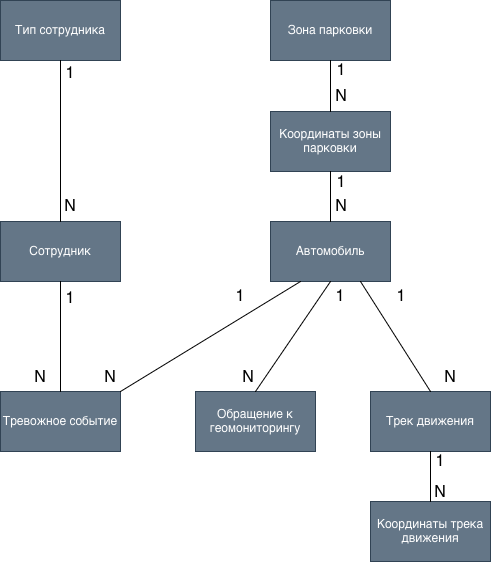
Above: sem4/db/coursework/myPhoto/schema.png in vizurth/poly (draw.io), before the change. Source tidied: cells renumbered, new cells last; positions are measured from the earlier drawing's top-left corner, leaving out a move shared by most shapes.
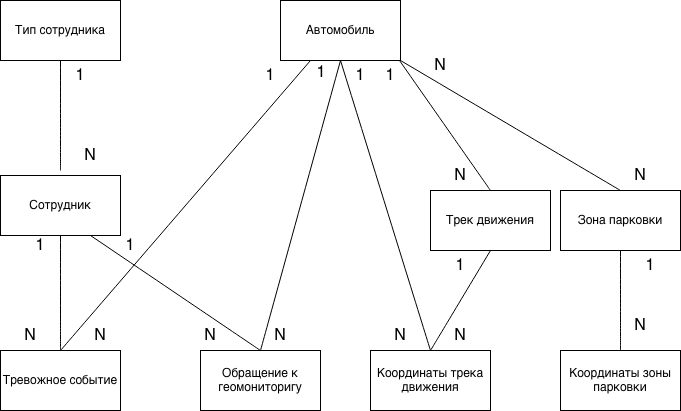
After the commit.

The edit, as a diff of the source:
```diff
@@ -2,104 +2,127 @@
   <root>
     <mxCell id="0" />
     <mxCell id="1" parent="0" />
-    <mxCell id="2" value="Тип сотрудника" style="rounded=0;whiteSpace=wrap;html=1;fillColor=#647687;fontColor=#ffffff;strokeColor=#314354;" parent="1" vertex="1">
-      <mxGeometry width="120" height="60" as="geometry" />
+    <mxCell id="2" value="Тип сотрудника" style="rounded=0;whiteSpace=wrap;html=1;" parent="1" vertex="1">
+      <mxGeometry x="-80" y="-99" width="120" height="60" as="geometry" />
     </mxCell>
+    <mxCell id="5" value="Сотрудник" style="rounded=0;whiteSpace=wrap;html=1;" parent="1" vertex="1">
+      <mxGeometry x="-80" y="76" width="120" height="60" as="geometry" />
+    </mxCell>
+    <mxCell id="7" value="Тревожное событие" style="rounded=0;whiteSpace=wrap;html=1;" parent="1" vertex="1">
+      <mxGeometry x="-80" y="251" width="120" height="60" as="geometry" />
+    </mxCell>
+    <mxCell id="6" value="Автомобиль" style="rounded=0;whiteSpace=wrap;html=1;" parent="1" vertex="1">
+      <mxGeometry x="200" y="-99" width="120" height="60" as="geometry" />
+    </mxCell>
+    <mxCell id="35" value="Обращение к геомониторигу" style="rounded=0;whiteSpace=wrap;html=1;" parent="1" vertex="1">
+      <mxGeometry x="120" y="251" width="120" height="60" as="geometry" />
+    </mxCell>
+    <mxCell id="14" value="Трек движения" style="rounded=0;whiteSpace=wrap;html=1;" parent="1" vertex="1">
+      <mxGeometry x="350" y="91" width="120" height="60" as="geometry" />
+    </mxCell>
-    <mxCell id="3" value="Зона парковки" style="rounded=0;whiteSpace=wrap;html=1;fillColor=#647687;fontColor=#ffffff;strokeColor=#314354;" parent="1" vertex="1">
-      <mxGeometry x="270" width="120" height="60" as="geometry" />
+    <mxCell id="3" value="Зона парковки" style="rounded=0;whiteSpace=wrap;html=1;" parent="1" vertex="1">
+      <mxGeometry x="480" y="91" width="120" height="60" as="geometry" />
     </mxCell>
-    <mxCell id="4" value="Координаты зоны парковки" style="rounded=0;whiteSpace=wrap;html=1;fillColor=#647687;fontColor=#ffffff;strokeColor=#314354;" parent="1" vertex="1">
-      <mxGeometry x="270" y="111" width="120" height="60" as="geometry" />
+    <mxCell id="4" value="Координаты зоны парковки" style="rounded=0;whiteSpace=wrap;html=1;" parent="1" vertex="1">
+      <mxGeometry x="480" y="251" width="120" height="60" as="geometry" />
     </mxCell>
-    <mxCell id="5" value="Сотрудник" style="rounded=0;whiteSpace=wrap;html=1;fillColor=#647687;fontColor=#ffffff;strokeColor=#314354;" parent="1" vertex="1">
-      <mxGeometry y="221" width="120" height="60" as="geometry" />
-    </mxCell>
-    <mxCell id="6" value="Автомобиль" style="rounded=0;whiteSpace=wrap;html=1;fillColor=#647687;fontColor=#ffffff;strokeColor=#314354;" parent="1" vertex="1">
-      <mxGeometry x="270" y="221" width="120" height="60" as="geometry" />
-    </mxCell>
-    <mxCell id="7" value="Тревожное событие" style="rounded=0;whiteSpace=wrap;html=1;fillColor=#647687;fontColor=#ffffff;strokeColor=#314354;" parent="1" vertex="1">
-      <mxGeometry y="391" width="120" height="60" as="geometry" />
-    </mxCell>
-    <mxCell id="8" style="endArrow=none;html=1;rounded=0;fontSize=12;startSize=8;endSize=8;curved=1;entryX=0.5;entryY=1;entryDx=0;entryDy=0;exitX=0.5;exitY=0;exitDx=0;exitDy=0;" parent="1" edge="1" source="5" target="2">
-      <mxGeometry relative="1" as="geometry" />
-    </mxCell>
+    <mxCell id="17" value="Координаты трека движения" style="rounded=0;whiteSpace=wrap;html=1;" parent="1" vertex="1">
+      <mxGeometry x="290" y="251" width="120" height="60" as="geometry" />
+    </mxCell>
+    <mxCell id="36" style="endArrow=none;html=1;rounded=0;fontSize=12;startSize=8;endSize=8;curved=1;" parent="1" edge="1">
+      <mxGeometry relative="1" as="geometry">
+        <mxPoint x="-20" y="71" as="sourcePoint" />
+        <mxPoint x="-20" y="-39" as="targetPoint" />
+      </mxGeometry>
+    </mxCell>
+    <mxCell id="11" style="endArrow=none;html=1;rounded=0;fontSize=12;startSize=8;endSize=8;curved=1;entryX=0.5;entryY=1;entryDx=0;entryDy=0;exitX=0.5;exitY=0;exitDx=0;exitDy=0;" parent="1" edge="1" source="7" target="5">
+      <mxGeometry relative="1" as="geometry" />
+    </mxCell>
+    <mxCell id="37" style="endArrow=none;html=1;rounded=0;fontSize=12;startSize=8;endSize=8;curved=1;entryX=0.5;entryY=1;entryDx=0;entryDy=0;exitX=0.5;exitY=0;exitDx=0;exitDy=0;" parent="1" edge="1" source="35" target="6">
+      <mxGeometry relative="1" as="geometry" />
+    </mxCell>
+    <mxCell id="38" style="endArrow=none;html=1;rounded=0;fontSize=12;startSize=8;endSize=8;curved=1;entryX=0.75;entryY=0;entryDx=0;entryDy=0;exitX=0.5;exitY=0;exitDx=0;exitDy=0;" parent="1" edge="1" source="14">
+      <mxGeometry relative="1" as="geometry">
+        <mxPoint x="319" y="-39" as="targetPoint" />
+      </mxGeometry>
+    </mxCell>
+    <mxCell id="39" style="endArrow=none;html=1;rounded=0;fontSize=12;startSize=8;endSize=8;curved=1;entryX=1;entryY=1;entryDx=0;entryDy=0;exitX=0.5;exitY=0;exitDx=0;exitDy=0;" parent="1" edge="1" source="3" target="6">
+      <mxGeometry relative="1" as="geometry" />
+    </mxCell>
+    <mxCell id="18" style="endArrow=none;html=1;rounded=0;fontSize=12;startSize=8;endSize=8;curved=1;entryX=0.5;entryY=1;entryDx=0;entryDy=0;exitX=0.5;exitY=0;exitDx=0;exitDy=0;" parent="1" edge="1" source="17" target="14">
+      <mxGeometry relative="1" as="geometry" />
+    </mxCell>
-    <mxCell id="9" style="endArrow=none;html=1;rounded=0;fontSize=12;startSize=8;endSize=8;curved=1;entryX=0.5;entryY=1;entryDx=0;entryDy=0;" parent="1" edge="1" source="4" target="3">
+    <mxCell id="9" style="endArrow=none;html=1;rounded=0;fontSize=12;startSize=8;endSize=8;curved=1;entryX=0.5;entryY=1;entryDx=0;entryDy=0;exitX=0.5;exitY=0;exitDx=0;exitDy=0;" parent="1" edge="1" source="4" target="3">
       <mxGeometry relative="1" as="geometry" />
     </mxCell>
-    <mxCell id="10" style="endArrow=none;html=1;rounded=0;fontSize=12;startSize=8;endSize=8;curved=1;entryX=0.5;entryY=1;entryDx=0;entryDy=0;" parent="1" edge="1" source="6" target="4">
-      <mxGeometry relative="1" as="geometry" />
-    </mxCell>
-    <mxCell id="11" style="endArrow=none;html=1;rounded=0;fontSize=12;startSize=8;endSize=8;curved=1;entryX=0.5;entryY=1;entryDx=0;entryDy=0;" parent="1" edge="1" source="7" target="5">
-      <mxGeometry relative="1" as="geometry" />
-    </mxCell>
-    <mxCell id="12" style="endArrow=none;html=1;rounded=0;fontSize=12;startSize=8;endSize=8;curved=1;entryX=0.25;entryY=1;entryDx=0;entryDy=0;exitX=1;exitY=0;exitDx=0;exitDy=0;" parent="1" edge="1" source="7" target="6">
+    <mxCell id="12" style="endArrow=none;html=1;rounded=0;fontSize=12;startSize=8;endSize=8;curved=1;entryX=0.25;entryY=1;entryDx=0;entryDy=0;exitX=0.5;exitY=0;exitDx=0;exitDy=0;" parent="1" edge="1" source="7" target="6">
       <mxGeometry relative="1" as="geometry" />
     </mxCell>
-    <mxCell id="13" value="Обращение к геомониторингу" style="rounded=0;whiteSpace=wrap;html=1;fillColor=#647687;fontColor=#ffffff;strokeColor=#314354;" parent="1" vertex="1">
-      <mxGeometry x="195" y="391" width="120" height="60" as="geometry" />
-    </mxCell>
-    <mxCell id="14" value="Трек движения" style="rounded=0;whiteSpace=wrap;html=1;fillColor=#647687;fontColor=#ffffff;strokeColor=#314354;" parent="1" vertex="1">
-      <mxGeometry x="370" y="391" width="120" height="60" as="geometry" />
-    </mxCell>
-    <mxCell id="15" style="endArrow=none;html=1;rounded=0;fontSize=12;startSize=8;endSize=8;curved=1;entryX=0.5;entryY=1;entryDx=0;entryDy=0;exitX=0.5;exitY=0;exitDx=0;exitDy=0;" parent="1" edge="1" source="13" target="6">
-      <mxGeometry relative="1" as="geometry" />
-    </mxCell>
-    <mxCell id="16" style="endArrow=none;html=1;rounded=0;fontSize=12;startSize=8;endSize=8;curved=1;entryX=0.75;entryY=1;entryDx=0;entryDy=0;exitX=0.5;exitY=0;exitDx=0;exitDy=0;" parent="1" edge="1" source="14" target="6">
-      <mxGeometry relative="1" as="geometry" />
-    </mxCell>
-    <mxCell id="17" value="Координаты трека движения" style="rounded=0;whiteSpace=wrap;html=1;fillColor=#647687;fontColor=#ffffff;strokeColor=#314354;" parent="1" vertex="1">
-      <mxGeometry x="370" y="501" width="120" height="60" as="geometry" />
-    </mxCell>
-    <mxCell id="18" style="endArrow=none;html=1;rounded=0;fontSize=12;startSize=8;endSize=8;curved=1;entryX=0.5;entryY=1;entryDx=0;entryDy=0;exitX=0.5;exitY=0;exitDx=0;exitDy=0;" parent="1" edge="1" source="17" target="14">
-      <mxGeometry relative="1" as="geometry" />
-    </mxCell>
-    <mxCell id="19" value="1" style="text;html=1;whiteSpace=wrap;strokeColor=none;fillColor=none;align=center;verticalAlign=middle;rounded=0;fontSize=16;" parent="1" vertex="1">
-      <mxGeometry x="40" y="58" width="60" height="30" as="geometry" />
-    </mxCell>
-    <mxCell id="20" value="N" style="text;html=1;whiteSpace=wrap;strokeColor=none;fillColor=none;align=center;verticalAlign=middle;rounded=0;fontSize=16;" parent="1" vertex="1">
-      <mxGeometry x="40" y="191" width="60" height="30" as="geometry" />
-    </mxCell>
-    <mxCell id="21" value="1" style="text;html=1;whiteSpace=wrap;strokeColor=none;fillColor=none;align=center;verticalAlign=middle;rounded=0;fontSize=16;" parent="1" vertex="1">
-      <mxGeometry x="40" y="283" width="60" height="30" as="geometry" />
-    </mxCell>
-    <mxCell id="22" value="N" style="text;html=1;whiteSpace=wrap;strokeColor=none;fillColor=none;align=center;verticalAlign=middle;rounded=0;fontSize=16;" parent="1" vertex="1">
-      <mxGeometry x="10" y="362" width="60" height="30" as="geometry" />
-    </mxCell>
-    <mxCell id="23" value="1" style="text;html=1;whiteSpace=wrap;strokeColor=none;fillColor=none;align=center;verticalAlign=middle;rounded=0;fontSize=16;" parent="1" vertex="1">
-      <mxGeometry x="311" y="55" width="60" height="30" as="geometry" />
-    </mxCell>
-    <mxCell id="24" value="N" style="text;html=1;whiteSpace=wrap;strokeColor=none;fillColor=none;align=center;verticalAlign=middle;rounded=0;fontSize=16;" parent="1" vertex="1">
-      <mxGeometry x="311" y="81" width="60" height="30" as="geometry" />
-    </mxCell>
-    <mxCell id="25" value="1" style="text;html=1;whiteSpace=wrap;strokeColor=none;fillColor=none;align=center;verticalAlign=middle;rounded=0;fontSize=16;" parent="1" vertex="1">
-      <mxGeometry x="311" y="167" width="60" height="30" as="geometry" />
-    </mxCell>
-    <mxCell id="26" value="N" style="text;html=1;whiteSpace=wrap;strokeColor=none;fillColor=none;align=center;verticalAlign=middle;rounded=0;fontSize=16;" parent="1" vertex="1">
-      <mxGeometry x="311" y="191" width="60" height="30" as="geometry" />
-    </mxCell>
-    <mxCell id="27" value="1" style="text;html=1;whiteSpace=wrap;strokeColor=none;fillColor=none;align=center;verticalAlign=middle;rounded=0;fontSize=16;" parent="1" vertex="1">
-      <mxGeometry x="210" y="281" width="60" height="30" as="geometry" />
-    </mxCell>
-    <mxCell id="28" value="N" style="text;html=1;whiteSpace=wrap;strokeColor=none;fillColor=none;align=center;verticalAlign=middle;rounded=0;fontSize=16;" parent="1" vertex="1">
-      <mxGeometry x="80" y="362" width="60" height="30" as="geometry" />
-    </mxCell>
-    <mxCell id="29" value="N" style="text;html=1;whiteSpace=wrap;strokeColor=none;fillColor=none;align=center;verticalAlign=middle;rounded=0;fontSize=16;" parent="1" vertex="1">
-      <mxGeometry x="218" y="362" width="60" height="30" as="geometry" />
-    </mxCell>
-    <mxCell id="30" value="1" style="text;html=1;whiteSpace=wrap;strokeColor=none;fillColor=none;align=center;verticalAlign=middle;rounded=0;fontSize=16;" parent="1" vertex="1">
-      <mxGeometry x="310" y="281" width="60" height="30" as="geometry" />
-    </mxCell>
-    <mxCell id="31" value="1" style="text;html=1;whiteSpace=wrap;strokeColor=none;fillColor=none;align=center;verticalAlign=middle;rounded=0;fontSize=16;" parent="1" vertex="1">
-      <mxGeometry x="371" y="281" width="60" height="30" as="geometry" />
-    </mxCell>
-    <mxCell id="32" value="N" style="text;html=1;whiteSpace=wrap;strokeColor=none;fillColor=none;align=center;verticalAlign=middle;rounded=0;fontSize=16;" parent="1" vertex="1">
-      <mxGeometry x="420" y="362" width="60" height="30" as="geometry" />
-    </mxCell>
-    <mxCell id="33" value="1" style="text;html=1;whiteSpace=wrap;strokeColor=none;fillColor=none;align=center;verticalAlign=middle;rounded=0;fontSize=16;" parent="1" vertex="1">
-      <mxGeometry x="410" y="446" width="60" height="30" as="geometry" />
-    </mxCell>
-    <mxCell id="34" value="N" style="text;html=1;whiteSpace=wrap;strokeColor=none;fillColor=none;align=center;verticalAlign=middle;rounded=0;fontSize=16;" parent="1" vertex="1">
-      <mxGeometry x="410" y="477" width="60" height="30" as="geometry" />
-    </mxCell>
+    <mxCell id="40" value="1" style="text;html=1;whiteSpace=wrap;strokeColor=none;fillColor=none;align=center;verticalAlign=middle;rounded=0;fontSize=16;" parent="1" vertex="1">
+      <mxGeometry x="-30" y="-39" width="60" height="30" as="geometry" />
+    </mxCell>
+    <mxCell id="41" value="N" style="text;html=1;whiteSpace=wrap;strokeColor=none;fillColor=none;align=center;verticalAlign=middle;rounded=0;fontSize=16;" parent="1" vertex="1">
+      <mxGeometry x="-20" y="41" width="60" height="30" as="geometry" />
+    </mxCell>
+    <mxCell id="42" value="1" style="text;html=1;whiteSpace=wrap;strokeColor=none;fillColor=none;align=center;verticalAlign=middle;rounded=0;fontSize=16;" parent="1" vertex="1">
+      <mxGeometry x="-70" y="131" width="60" height="30" as="geometry" />
+    </mxCell>
+    <mxCell id="43" value="N" style="text;html=1;whiteSpace=wrap;strokeColor=none;fillColor=none;align=center;verticalAlign=middle;rounded=0;fontSize=16;" parent="1" vertex="1">
+      <mxGeometry x="-80" y="221" width="60" height="30" as="geometry" />
+    </mxCell>
+    <mxCell id="44" value="N" style="text;html=1;whiteSpace=wrap;strokeColor=none;fillColor=none;align=center;verticalAlign=middle;rounded=0;fontSize=16;" parent="1" vertex="1">
+      <mxGeometry x="-10" y="221" width="60" height="30" as="geometry" />
+    </mxCell>
+    <mxCell id="45" value="1" style="text;html=1;whiteSpace=wrap;strokeColor=none;fillColor=none;align=center;verticalAlign=middle;rounded=0;fontSize=16;" parent="1" vertex="1">
+      <mxGeometry x="160" y="-39" width="60" height="30" as="geometry" />
+    </mxCell>
+    <mxCell id="46" value="N" style="text;html=1;whiteSpace=wrap;strokeColor=none;fillColor=none;align=center;verticalAlign=middle;rounded=0;fontSize=16;" parent="1" vertex="1">
+      <mxGeometry x="330" y="-49" width="60" height="30" as="geometry" />
+    </mxCell>
+    <mxCell id="47" value="N" style="text;html=1;whiteSpace=wrap;strokeColor=none;fillColor=none;align=center;verticalAlign=middle;rounded=0;fontSize=16;" parent="1" vertex="1">
+      <mxGeometry x="170" y="221" width="60" height="30" as="geometry" />
+    </mxCell>
+    <mxCell id="48" value="N" style="text;html=1;whiteSpace=wrap;strokeColor=none;fillColor=none;align=center;verticalAlign=middle;rounded=0;fontSize=16;" parent="1" vertex="1">
+      <mxGeometry x="350" y="61" width="60" height="30" as="geometry" />
+    </mxCell>
+    <mxCell id="49" value="N" style="text;html=1;whiteSpace=wrap;strokeColor=none;fillColor=none;align=center;verticalAlign=middle;rounded=0;fontSize=16;" parent="1" vertex="1">
+      <mxGeometry x="530" y="61" width="60" height="30" as="geometry" />
+    </mxCell>
+    <mxCell id="50" value="1" style="text;html=1;whiteSpace=wrap;strokeColor=none;fillColor=none;align=center;verticalAlign=middle;rounded=0;fontSize=16;" parent="1" vertex="1">
+      <mxGeometry x="540" y="151" width="60" height="30" as="geometry" />
+    </mxCell>
+    <mxCell id="51" value="N" style="text;html=1;whiteSpace=wrap;strokeColor=none;fillColor=none;align=center;verticalAlign=middle;rounded=0;fontSize=16;" parent="1" vertex="1">
+      <mxGeometry x="530" y="211" width="60" height="30" as="geometry" />
+    </mxCell>
+    <mxCell id="52" value="1" style="text;html=1;whiteSpace=wrap;strokeColor=none;fillColor=none;align=center;verticalAlign=middle;rounded=0;fontSize=16;" parent="1" vertex="1">
+      <mxGeometry x="350" y="151" width="60" height="30" as="geometry" />
+    </mxCell>
+    <mxCell id="53" value="N" style="text;html=1;whiteSpace=wrap;strokeColor=none;fillColor=none;align=center;verticalAlign=middle;rounded=0;fontSize=16;" parent="1" vertex="1">
+      <mxGeometry x="350" y="221" width="60" height="30" as="geometry" />
+    </mxCell>
+    <mxCell id="54" value="&lt;div&gt;1&lt;/div&gt;" style="text;html=1;whiteSpace=wrap;strokeColor=none;fillColor=none;align=center;verticalAlign=middle;rounded=0;fontSize=16;" parent="1" vertex="1">
+      <mxGeometry x="211" y="-42" width="60" height="30" as="geometry" />
+    </mxCell>
+    <mxCell id="55" style="endArrow=none;html=1;rounded=0;fontSize=12;startSize=8;endSize=8;curved=1;entryX=0.75;entryY=1;entryDx=0;entryDy=0;exitX=0.5;exitY=0;exitDx=0;exitDy=0;" parent="1" edge="1" source="35" target="5">
+      <mxGeometry relative="1" as="geometry" />
+    </mxCell>
+    <mxCell id="56" value="N" style="text;html=1;whiteSpace=wrap;strokeColor=none;fillColor=none;align=center;verticalAlign=middle;rounded=0;fontSize=16;" parent="1" vertex="1">
+      <mxGeometry x="100" y="221" width="60" height="30" as="geometry" />
+    </mxCell>
+    <mxCell id="57" value="1" style="text;html=1;whiteSpace=wrap;strokeColor=none;fillColor=none;align=center;verticalAlign=middle;rounded=0;fontSize=16;" parent="1" vertex="1">
+      <mxGeometry x="20" y="131" width="60" height="30" as="geometry" />
+    </mxCell>
+    <mxCell id="58" value="1" style="text;html=1;whiteSpace=wrap;strokeColor=none;fillColor=none;align=center;verticalAlign=middle;rounded=0;fontSize=16;" parent="1" vertex="1">
+      <mxGeometry x="280" y="-39" width="60" height="30" as="geometry" />
+    </mxCell>
+    <mxCell id="59" style="endArrow=none;html=1;rounded=0;fontSize=12;startSize=8;endSize=8;curved=1;entryX=0.5;entryY=1;entryDx=0;entryDy=0;exitX=0.5;exitY=0;exitDx=0;exitDy=0;" parent="1" edge="1" source="17" target="6">
+      <mxGeometry relative="1" as="geometry" />
+    </mxCell>
+    <mxCell id="60" value="N" style="text;html=1;whiteSpace=wrap;strokeColor=none;fillColor=none;align=center;verticalAlign=middle;rounded=0;fontSize=16;" parent="1" vertex="1">
+      <mxGeometry x="290" y="221" width="60" height="30" as="geometry" />
+    </mxCell>
+    <mxCell id="61" value="&lt;div&gt;1&lt;/div&gt;" style="text;html=1;whiteSpace=wrap;strokeColor=none;fillColor=none;align=center;verticalAlign=middle;rounded=0;fontSize=16;" parent="1" vertex="1">
+      <mxGeometry x="250" y="-39" width="60" height="30" as="geometry" />
+    </mxCell>
   </root>
 </mxGraphModel>
```
